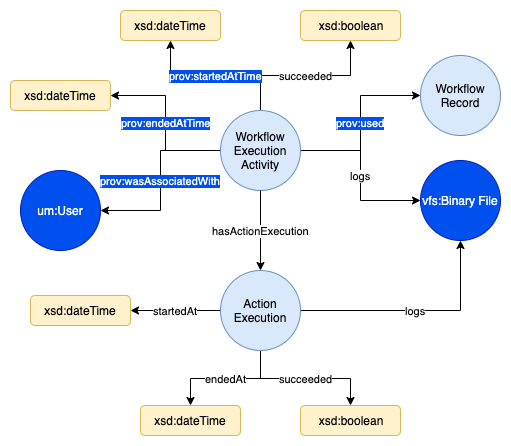
Before: latest/images/workflows/provenance_rdf.png, a diagram exported from draw.io (inovexcorp/mobi-docs). Source tidied: cells renumbered, new cells last; positions are measured from the earlier drawing's top-left corner, leaving out a move shared by most shapes.
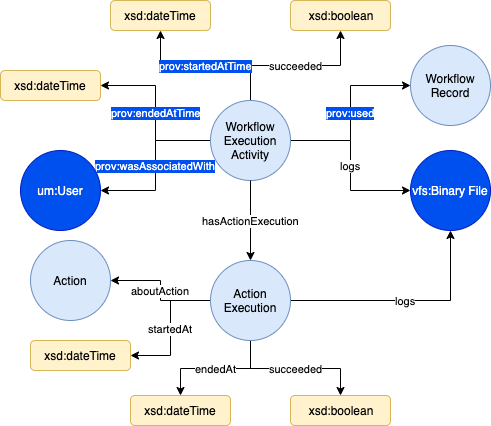
After the commit.

Diff of the diagram source:
```diff
@@ -38,6 +38,9 @@
     <mxCell id="13" value="succeeded" style="edgeStyle=orthogonalEdgeStyle;rounded=0;jettySize=auto;html=1;" parent="1" edge="1" source="14" target="23">
       <mxGeometry relative="1" as="geometry" />
     </mxCell>
+    <mxCell id="24" value="aboutAction" style="edgeStyle=orthogonalEdgeStyle;rounded=0;jettySize=auto;html=1;exitX=0;exitY=0.5;exitDx=0;exitDy=0;" parent="1" edge="1" source="14" target="25">
+      <mxGeometry relative="1" as="geometry" />
+    </mxCell>
     <mxCell id="14" value="Action Execution" style="ellipse;whiteSpace=wrap;html=1;fillColor=#dae8fc;strokeColor=#6c8ebf;" parent="1" vertex="1">
       <mxGeometry x="210" y="260" width="80" height="80" as="geometry" />
     </mxCell>
@@ -54,7 +57,7 @@
       <mxGeometry y="70" width="100" height="30" as="geometry" />
     </mxCell>
     <mxCell id="19" value="um:User" style="ellipse;whiteSpace=wrap;html=1;fillColor=#0050ef;strokeColor=#001DBC;fontColor=#ffffff;" parent="1" vertex="1">
-      <mxGeometry x="10" y="160" width="80" height="80" as="geometry" />
+      <mxGeometry x="20" y="150" width="80" height="80" as="geometry" />
     </mxCell>
     <mxCell id="20" value="vfs:Binary File" style="ellipse;whiteSpace=wrap;html=1;fillColor=#0050ef;strokeColor=#001DBC;fontColor=#ffffff;" parent="1" vertex="1">
       <mxGeometry x="410" y="150" width="80" height="80" as="geometry" />
@@ -63,10 +66,13 @@
       <mxGeometry x="130" y="395" width="100" height="30" as="geometry" />
     </mxCell>
     <mxCell id="22" value="xsd:dateTime" style="rounded=1;whiteSpace=wrap;html=1;fillColor=#fff2cc;strokeColor=#d6b656;" parent="1" vertex="1">
-      <mxGeometry x="20" y="285" width="100" height="30" as="geometry" />
+      <mxGeometry x="30" y="340" width="100" height="30" as="geometry" />
     </mxCell>
     <mxCell id="23" value="xsd:boolean" style="rounded=1;whiteSpace=wrap;html=1;fillColor=#fff2cc;strokeColor=#d6b656;" parent="1" vertex="1">
       <mxGeometry x="290" y="395" width="100" height="30" as="geometry" />
     </mxCell>
+    <mxCell id="25" value="Action" style="ellipse;whiteSpace=wrap;html=1;fillColor=#dae8fc;strokeColor=#6c8ebf;" parent="1" vertex="1">
+      <mxGeometry x="30" y="240" width="80" height="80" as="geometry" />
+    </mxCell>
   </root>
 </mxGraphModel>
```
